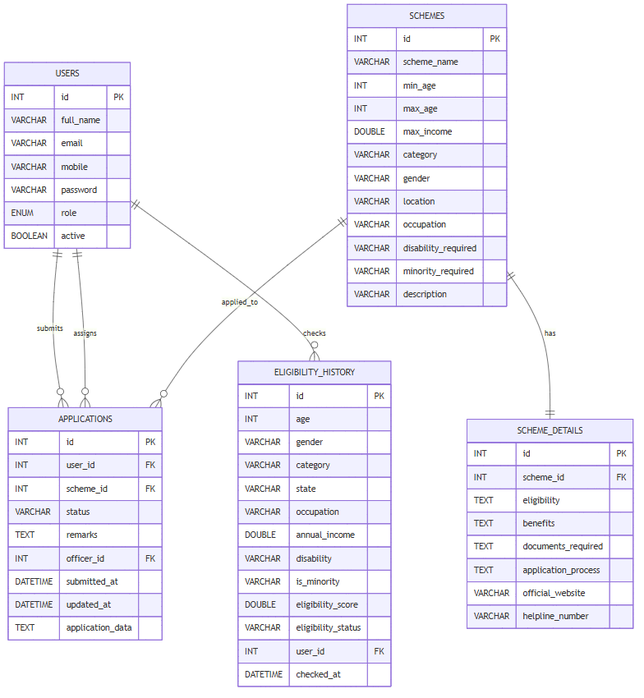
The Mermaid diagram database/Entity Diagram/Er_diagram.png in Karthi247/Government-Welfare-Advisory-System, before a commit. Its source is kept beside it as database/Entity Diagram/Er_diagram.mmd.
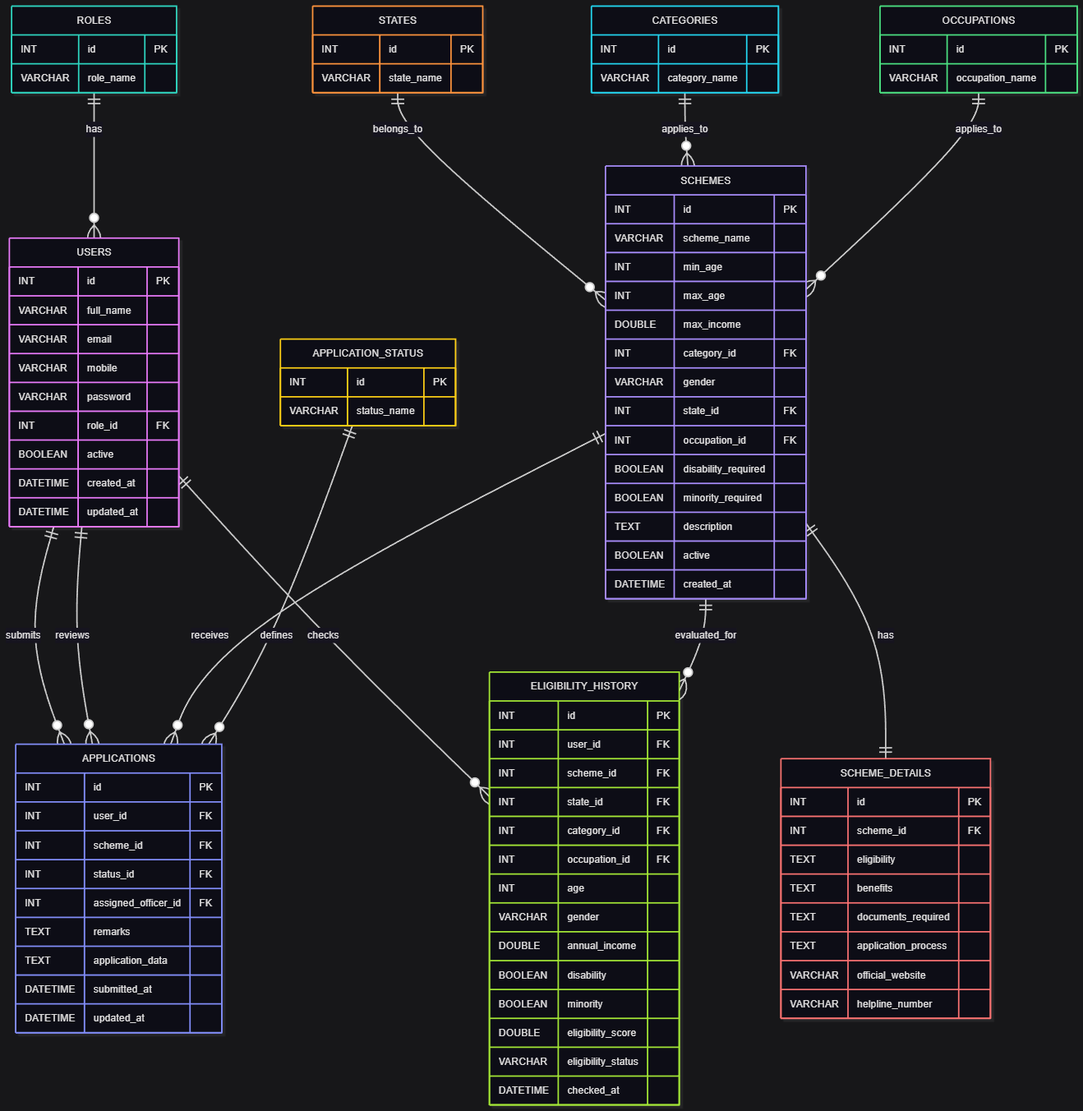
Later version of the same file.

What changed in the source:
```diff
@@ -1,12 +1,35 @@
 erDiagram
+
     USERS {
         INT id PK
         VARCHAR full_name
         VARCHAR email
         VARCHAR mobile
         VARCHAR password
-        ENUM role
+        INT role_id FK
         BOOLEAN active
+        DATETIME created_at
+        DATETIME updated_at
+    }
+
+    ROLES {
+        INT id PK
+        VARCHAR role_name
+    }
+
+    STATES {
+        INT id PK
+        VARCHAR state_name
+    }
+
+    CATEGORIES {
+        INT id PK
+        VARCHAR category_name
+    }
+
+    OCCUPATIONS {
+        INT id PK
+        VARCHAR occupation_name
     }
 
     SCHEMES {
@@ -15,13 +38,15 @@
         INT min_age
         INT max_age
         DOUBLE max_income
-        VARCHAR category
+        INT category_id FK
         VARCHAR gender
-        VARCHAR location
-        VARCHAR occupation
-        VARCHAR disability_required
-        VARCHAR minority_required
-        VARCHAR description
+        INT state_id FK
+        INT occupation_id FK
+        BOOLEAN disability_required
+        BOOLEAN minority_required
+        TEXT description
+        BOOLEAN active
+        DATETIME created_at
     }
 
     SCHEME_DETAILS {
@@ -35,36 +60,51 @@
         VARCHAR helpline_number
     }
 
+    APPLICATION_STATUS {
+        INT id PK
+        VARCHAR status_name
+    }
+
     APPLICATIONS {
         INT id PK
         INT user_id FK
         INT scheme_id FK
-        VARCHAR status
+        INT status_id FK
+        INT assigned_officer_id FK
         TEXT remarks
-        INT officer_id FK
+        TEXT application_data
         DATETIME submitted_at
         DATETIME updated_at
-        TEXT application_data
     }
 
     ELIGIBILITY_HISTORY {
         INT id PK
+        INT user_id FK
+        INT scheme_id FK
+        INT state_id FK
+        INT category_id FK
+        INT occupation_id FK
         INT age
         VARCHAR gender
-        VARCHAR category
-        VARCHAR state
-        VARCHAR occupation
         DOUBLE annual_income
-        VARCHAR disability
-        VARCHAR is_minority
+        BOOLEAN disability
+        BOOLEAN minority
         DOUBLE eligibility_score
         VARCHAR eligibility_status
-        INT user_id FK
         DATETIME checked_at
     }
 
+    ROLES ||--o{ USERS : has
     USERS ||--o{ APPLICATIONS : submits
-    USERS ||--o{ APPLICATIONS : assigns
-    SCHEMES ||--o{ APPLICATIONS : applied_to
+    USERS ||--o{ APPLICATIONS : reviews
+    USERS ||--o{ ELIGIBILITY_HISTORY : checks
+
+    STATES ||--o{ SCHEMES : belongs_to
+    CATEGORIES ||--o{ SCHEMES : applies_to
+    OCCUPATIONS ||--o{ SCHEMES : applies_to
+
     SCHEMES ||--|| SCHEME_DETAILS : has
-    USERS ||--o{ ELIGIBILITY_HISTORY : checks
+    SCHEMES ||--o{ APPLICATIONS : receives
+    SCHEMES ||--o{ ELIGIBILITY_HISTORY : evaluated_for
+
+    APPLICATION_STATUS ||--o{ APPLICATIONS : defines
```
